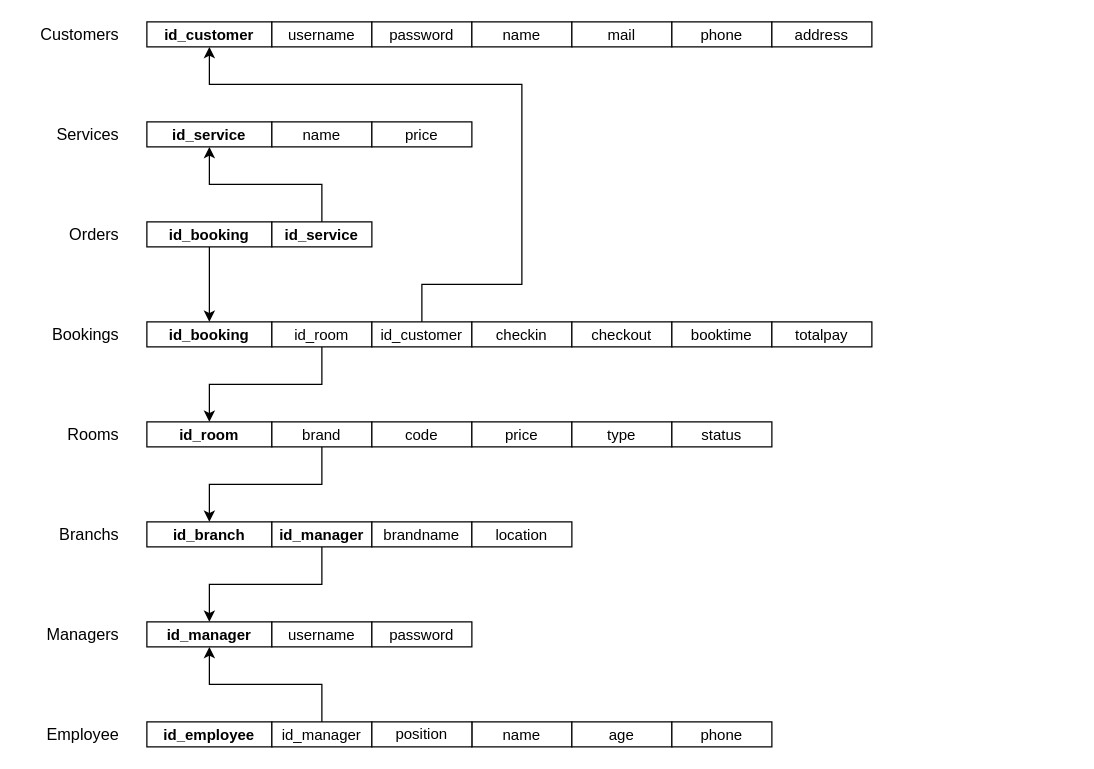
This is page "Relational Model" (2 of 2) of 05 Entity Relationship Diagram, Relational Data Model/ERD, Relational Data Model.drawio from hieutada/CnpmFinal, a draw.io file, before an edit. Source tidied: cells renumbered, new cells numbered last; positions are measured from the earlier drawing's top-left corner, leaving out a move shared by most shapes. Both pictures are drawn from the tidied source at 125%, with x=0, y=0 at pixel (21, 21).
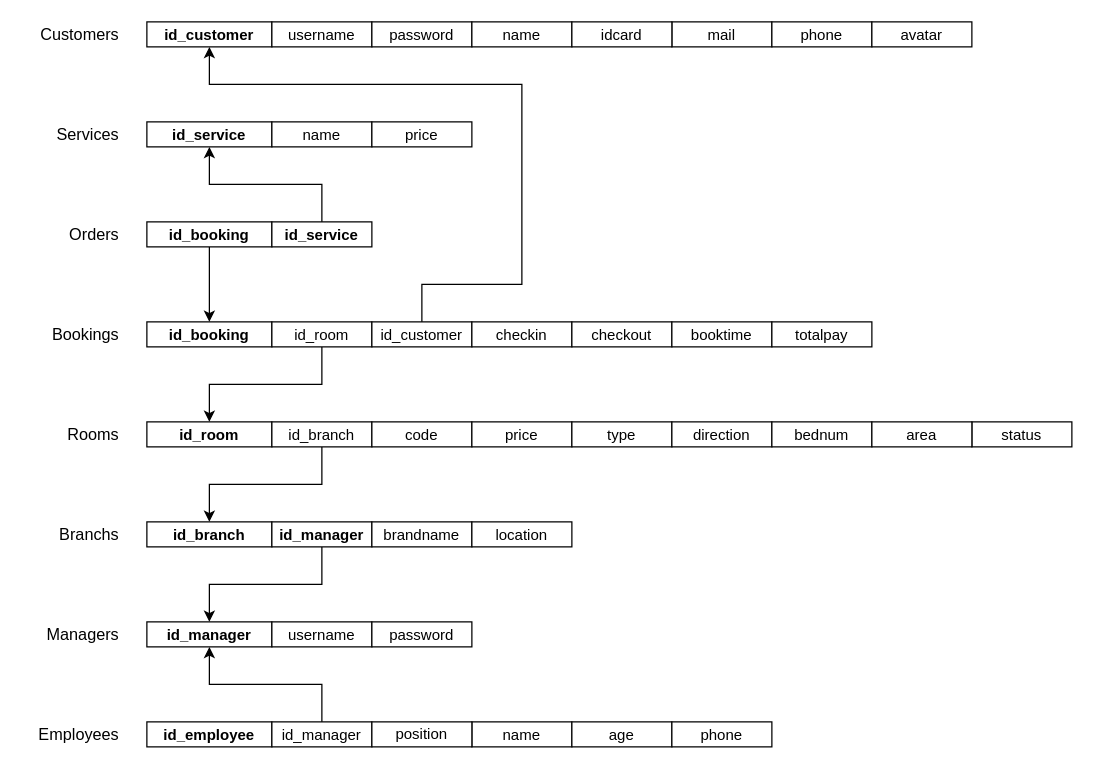
After the change.

Diff of the diagram source:
```diff
@@
-    <mxCell id="13" value="&lt;span style=&quot;font-size: 12px ; text-align: left&quot;&gt;brand&lt;/span&gt;" style="rounded=0;whiteSpace=wrap;html=1;labelBackgroundColor=none;fontSize=14;fontColor=#000000;" parent="1" vertex="1">
+    <mxCell id="13" value="&lt;span style=&quot;font-size: 12px ; text-align: left&quot;&gt;id_branch&lt;/span&gt;" style="rounded=0;whiteSpace=wrap;html=1;labelBackgroundColor=none;fontSize=14;fontColor=#000000;" parent="1" vertex="1">
       <mxGeometry x="200" y="320" width="80" height="20" as="geometry" />
     </mxCell>
@@
     <mxCell id="31" value="&lt;span style=&quot;font-size: 12px ; text-align: left&quot;&gt;status&lt;/span&gt;" style="rounded=0;whiteSpace=wrap;html=1;labelBackgroundColor=none;fontSize=14;fontColor=#000000;" parent="1" vertex="1">
-      <mxGeometry x="520" y="320" width="80" height="20" as="geometry" />
+      <mxGeometry x="760" y="320" width="80" height="20" as="geometry" />
     </mxCell>
@@
     <mxCell id="43" value="&lt;span style=&quot;font-size: 12px ; text-align: left&quot;&gt;mail&lt;/span&gt;" style="rounded=0;whiteSpace=wrap;html=1;labelBackgroundColor=none;fontSize=14;fontColor=#000000;" parent="1" vertex="1">
-      <mxGeometry x="440" width="80" height="20" as="geometry" />
+      <mxGeometry x="520" width="80" height="20" as="geometry" />
     </mxCell>
     <mxCell id="44" value="&lt;span style=&quot;font-size: 12px ; text-align: left&quot;&gt;phone&lt;/span&gt;" style="rounded=0;whiteSpace=wrap;html=1;labelBackgroundColor=none;fontSize=14;fontColor=#000000;" parent="1" vertex="1">
-      <mxGeometry x="520" width="80" height="20" as="geometry" />
+      <mxGeometry x="600" width="80" height="20" as="geometry" />
     </mxCell>
-    <mxCell id="45" value="&lt;span style=&quot;font-size: 12px ; text-align: left&quot;&gt;address&lt;/span&gt;" style="rounded=0;whiteSpace=wrap;html=1;labelBackgroundColor=none;fontSize=14;fontColor=#000000;" parent="1" vertex="1">
-      <mxGeometry x="600" width="80" height="20" as="geometry" />
+    <mxCell id="45" value="&lt;span style=&quot;font-size: 12px ; text-align: left&quot;&gt;idcard&lt;/span&gt;" style="rounded=0;whiteSpace=wrap;html=1;labelBackgroundColor=none;fontSize=14;fontColor=#000000;" parent="1" vertex="1">
+      <mxGeometry x="440" width="80" height="20" as="geometry" />
     </mxCell>
@@
-    <mxCell id="53" value="Employee" style="text;html=1;strokeColor=none;fillColor=none;align=right;verticalAlign=middle;whiteSpace=wrap;rounded=0;fontSize=13;" parent="1" vertex="1">
+    <mxCell id="53" value="Employees" style="text;html=1;strokeColor=none;fillColor=none;align=right;verticalAlign=middle;whiteSpace=wrap;rounded=0;fontSize=13;" parent="1" vertex="1">
       <mxGeometry y="560" width="80" height="20" as="geometry" />
     </mxCell>
@@
+    <mxCell id="55" value="&lt;span style=&quot;font-size: 12px ; text-align: left&quot;&gt;avatar&lt;/span&gt;" style="rounded=0;whiteSpace=wrap;html=1;labelBackgroundColor=none;fontSize=14;fontColor=#000000;" parent="1" vertex="1">
+      <mxGeometry x="680" width="80" height="20" as="geometry" />
+    </mxCell>
+    <mxCell id="56" value="&lt;span style=&quot;font-size: 12px ; text-align: left&quot;&gt;direction&lt;/span&gt;" style="rounded=0;whiteSpace=wrap;html=1;labelBackgroundColor=none;fontSize=14;fontColor=#000000;" parent="1" vertex="1">
+      <mxGeometry x="520" y="320" width="80" height="20" as="geometry" />
+    </mxCell>
+    <mxCell id="57" value="&lt;span style=&quot;font-size: 12px ; text-align: left&quot;&gt;bednum&lt;/span&gt;" style="rounded=0;whiteSpace=wrap;html=1;labelBackgroundColor=none;fontSize=14;fontColor=#000000;" parent="1" vertex="1">
+      <mxGeometry x="600" y="320" width="80" height="20" as="geometry" />
+    </mxCell>
+    <mxCell id="58" value="&lt;span style=&quot;font-size: 12px ; text-align: left&quot;&gt;area&lt;/span&gt;" style="rounded=0;whiteSpace=wrap;html=1;labelBackgroundColor=none;fontSize=14;fontColor=#000000;" parent="1" vertex="1">
+      <mxGeometry x="680" y="320" width="80" height="20" as="geometry" />
+    </mxCell>
+    <mxCell id="59" style="edgeStyle=orthogonalEdgeStyle;rounded=0;orthogonalLoop=1;jettySize=auto;html=1;exitX=0.5;exitY=1;exitDx=0;exitDy=0;" parent="1" edge="1" source="31" target="31">
+      <mxGeometry relative="1" as="geometry" />
+    </mxCell>
```
